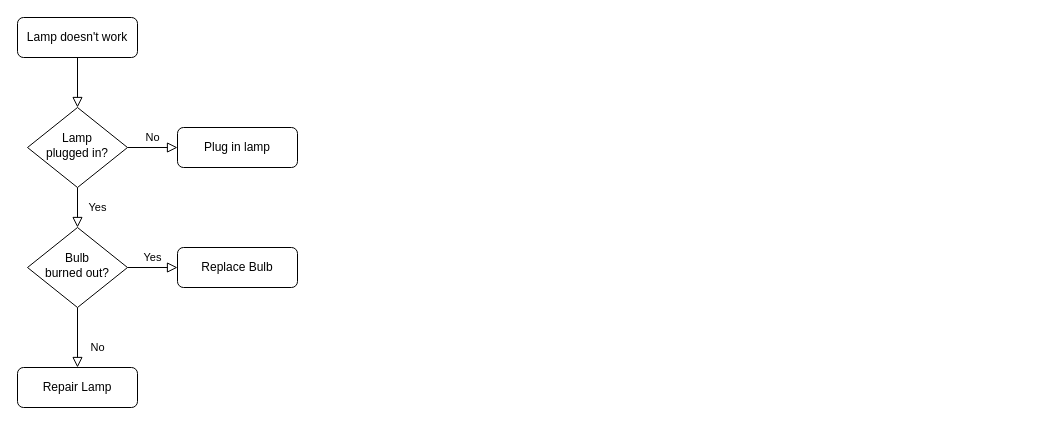
The draw.io diagram Untitled Diagram.drawio in kenfranciscoadamson/hello-world, before the edit. Source tidied: cells renumbered, new cells numbered last; positions are measured from the earlier drawing's top-left corner, leaving out a move shared by most shapes. Both pictures are drawn from the tidied source at 100%, with x=0, y=0 at pixel (17, 17).
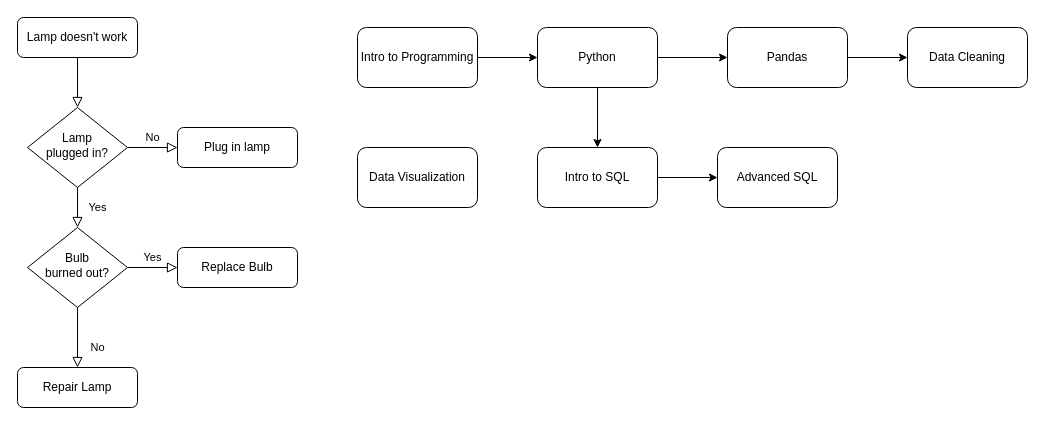
The same page after the edit.

Diff of the diagram source:
```diff
@@
+    <mxCell id="13" style="edgeStyle=orthogonalEdgeStyle;rounded=0;jettySize=auto;html=1;" parent="1" edge="1" source="14" target="17">
+      <mxGeometry relative="1" as="geometry" />
+    </mxCell>
+    <mxCell id="14" value="Intro to Programming" style="rounded=1;whiteSpace=wrap;html=1;" parent="1" vertex="1">
+      <mxGeometry x="340" y="10" width="120" height="60" as="geometry" />
+    </mxCell>
+    <mxCell id="15" style="edgeStyle=orthogonalEdgeStyle;rounded=0;jettySize=auto;html=1;" parent="1" edge="1" source="17" target="19">
+      <mxGeometry relative="1" as="geometry" />
+    </mxCell>
+    <mxCell id="16" style="edgeStyle=orthogonalEdgeStyle;rounded=0;jettySize=auto;html=1;" parent="1" edge="1" source="17" target="23">
+      <mxGeometry relative="1" as="geometry" />
+    </mxCell>
+    <mxCell id="17" value="Python" style="rounded=1;whiteSpace=wrap;html=1;" parent="1" vertex="1">
+      <mxGeometry x="520" y="10" width="120" height="60" as="geometry" />
+    </mxCell>
+    <mxCell id="18" style="edgeStyle=orthogonalEdgeStyle;rounded=0;jettySize=auto;html=1;" parent="1" edge="1" source="19" target="20">
+      <mxGeometry relative="1" as="geometry" />
+    </mxCell>
+    <mxCell id="19" value="Pandas" style="rounded=1;whiteSpace=wrap;html=1;" parent="1" vertex="1">
+      <mxGeometry x="710" y="10" width="120" height="60" as="geometry" />
+    </mxCell>
+    <mxCell id="20" value="Data Cleaning" style="rounded=1;whiteSpace=wrap;html=1;" parent="1" vertex="1">
+      <mxGeometry x="890" y="10" width="120" height="60" as="geometry" />
+    </mxCell>
+    <mxCell id="21" value="Data Visualization" style="rounded=1;whiteSpace=wrap;html=1;" parent="1" vertex="1">
+      <mxGeometry x="340" y="130" width="120" height="60" as="geometry" />
+    </mxCell>
+    <mxCell id="22" style="edgeStyle=orthogonalEdgeStyle;rounded=0;jettySize=auto;html=1;" parent="1" edge="1" source="23" target="24">
+      <mxGeometry relative="1" as="geometry" />
+    </mxCell>
+    <mxCell id="23" value="Intro to SQL" style="rounded=1;whiteSpace=wrap;html=1;" parent="1" vertex="1">
+      <mxGeometry x="520" y="130" width="120" height="60" as="geometry" />
+    </mxCell>
+    <mxCell id="24" value="Advanced SQL" style="rounded=1;whiteSpace=wrap;html=1;" parent="1" vertex="1">
+      <mxGeometry x="700" y="130" width="120" height="60" as="geometry" />
+    </mxCell>
```
